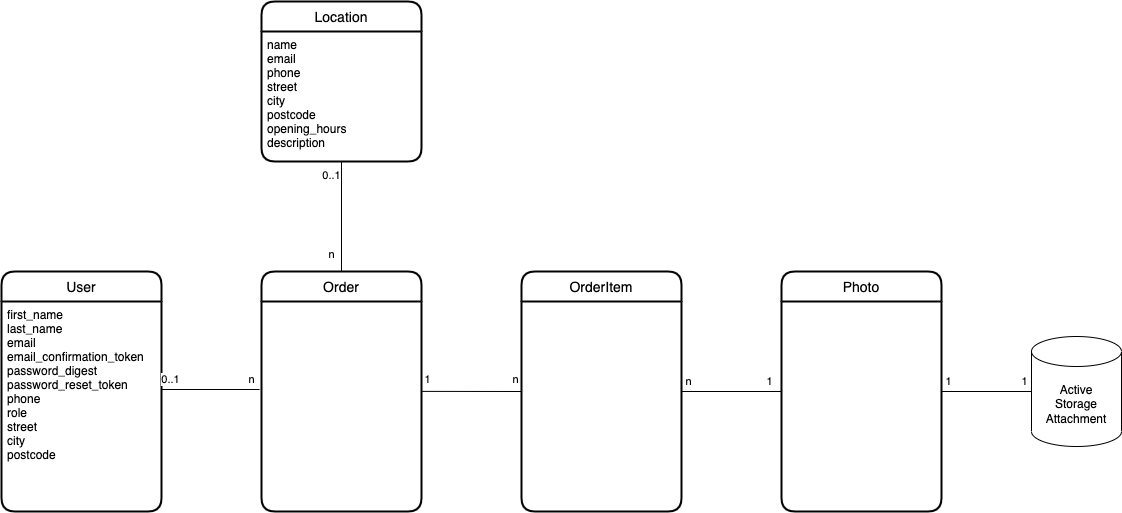
Earlier version of the draw.io export doc/entity-relationship.drawio.png (seionline/kodak). Source tidied: cells renumbered, new cells last; positions are measured from the earlier drawing's top-left corner, leaving out a move shared by most shapes.
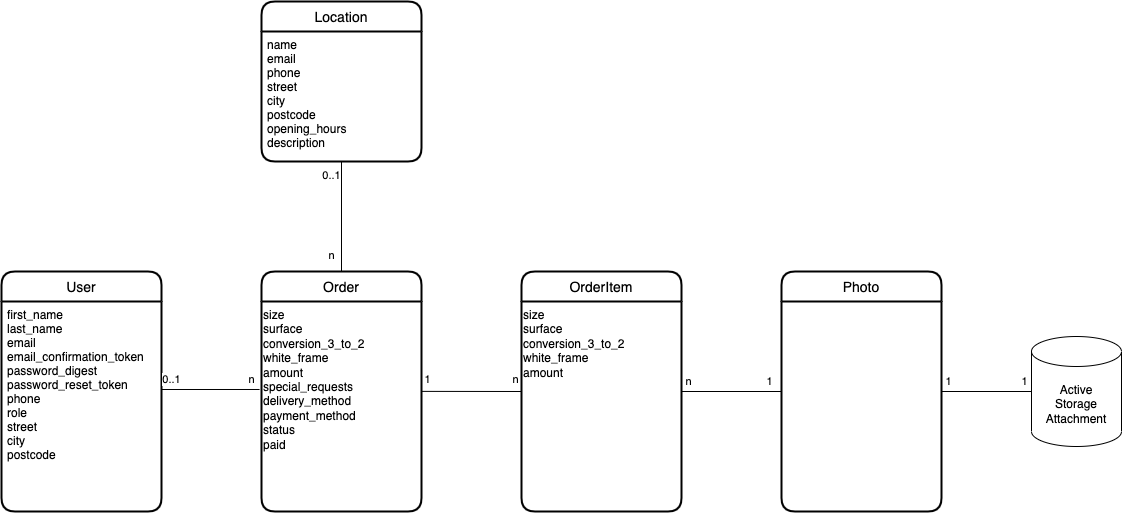
After the commit.

Diff of the diagram source:
```diff
@@ -30,7 +30,7 @@
     <mxCell id="9" value="Order" style="swimlane;horizontal=1;startSize=30;rounded=1;fontSize=14;fontStyle=0;strokeWidth=2;shadow=0;dashed=0;align=center;" parent="1" vertex="1">
       <mxGeometry x="260" y="270" width="160" height="240" as="geometry" />
     </mxCell>
-    <mxCell id="10" value="&lt;div style=&quot;&quot;&gt;&lt;br&gt;&lt;/div&gt;" style="text;html=1;align=left;verticalAlign=middle;points=[];strokeColor=none;fillColor=none;" parent="9" vertex="1">
+    <mxCell id="10" value="&lt;div style=&quot;&quot;&gt;size&lt;/div&gt;&lt;div style=&quot;&quot;&gt;surface&lt;/div&gt;&lt;div style=&quot;&quot;&gt;conversion_3_to_2&lt;/div&gt;&lt;div style=&quot;&quot;&gt;white_frame&lt;/div&gt;&lt;div style=&quot;&quot;&gt;amount&lt;/div&gt;&lt;div style=&quot;&quot;&gt;special_requests&lt;/div&gt;&lt;div style=&quot;&quot;&gt;delivery_method&lt;/div&gt;&lt;div style=&quot;&quot;&gt;payment_method&lt;/div&gt;&lt;div style=&quot;&quot;&gt;status&lt;/div&gt;&lt;div style=&quot;&quot;&gt;paid&lt;/div&gt;" style="text;html=1;align=left;verticalAlign=top;points=[];strokeColor=none;fillColor=none;" parent="9" vertex="1">
       <mxGeometry y="30" width="160" height="210" as="geometry" />
     </mxCell>
     <mxCell id="11" style="edgeStyle=none;html=1;endArrow=none;endFill=0;entryX=-0.012;entryY=0.419;entryDx=0;entryDy=0;entryPerimeter=0;" parent="1" edge="1" target="10">
@@ -64,6 +64,9 @@
     <mxCell id="17" value="OrderItem" style="swimlane;horizontal=1;startSize=30;rounded=1;fontSize=14;fontStyle=0;strokeWidth=2;shadow=0;dashed=0;align=center;" parent="1" vertex="1">
       <mxGeometry x="520" y="270" width="160" height="240" as="geometry" />
     </mxCell>
+    <mxCell id="26" value="&lt;div style=&quot;&quot;&gt;size&lt;/div&gt;&lt;div style=&quot;&quot;&gt;surface&lt;/div&gt;&lt;div style=&quot;&quot;&gt;conversion_3_to_2&lt;/div&gt;&lt;div style=&quot;&quot;&gt;white_frame&lt;/div&gt;&lt;div style=&quot;&quot;&gt;amount&lt;/div&gt;&lt;div style=&quot;&quot;&gt;&lt;br&gt;&lt;/div&gt;" style="text;html=1;align=left;verticalAlign=top;strokeColor=none;fillColor=none;" parent="17" vertex="1">
+      <mxGeometry y="30" width="160" height="210" as="geometry" />
+    </mxCell>
     <mxCell id="18" style="edgeStyle=none;html=1;endArrow=none;endFill=0;entryX=0;entryY=0.5;entryDx=0;entryDy=0;exitX=1;exitY=0.428;exitDx=0;exitDy=0;exitPerimeter=0;" parent="1" edge="1" source="10" target="17">
       <mxGeometry relative="1" as="geometry" />
     </mxCell>
```
